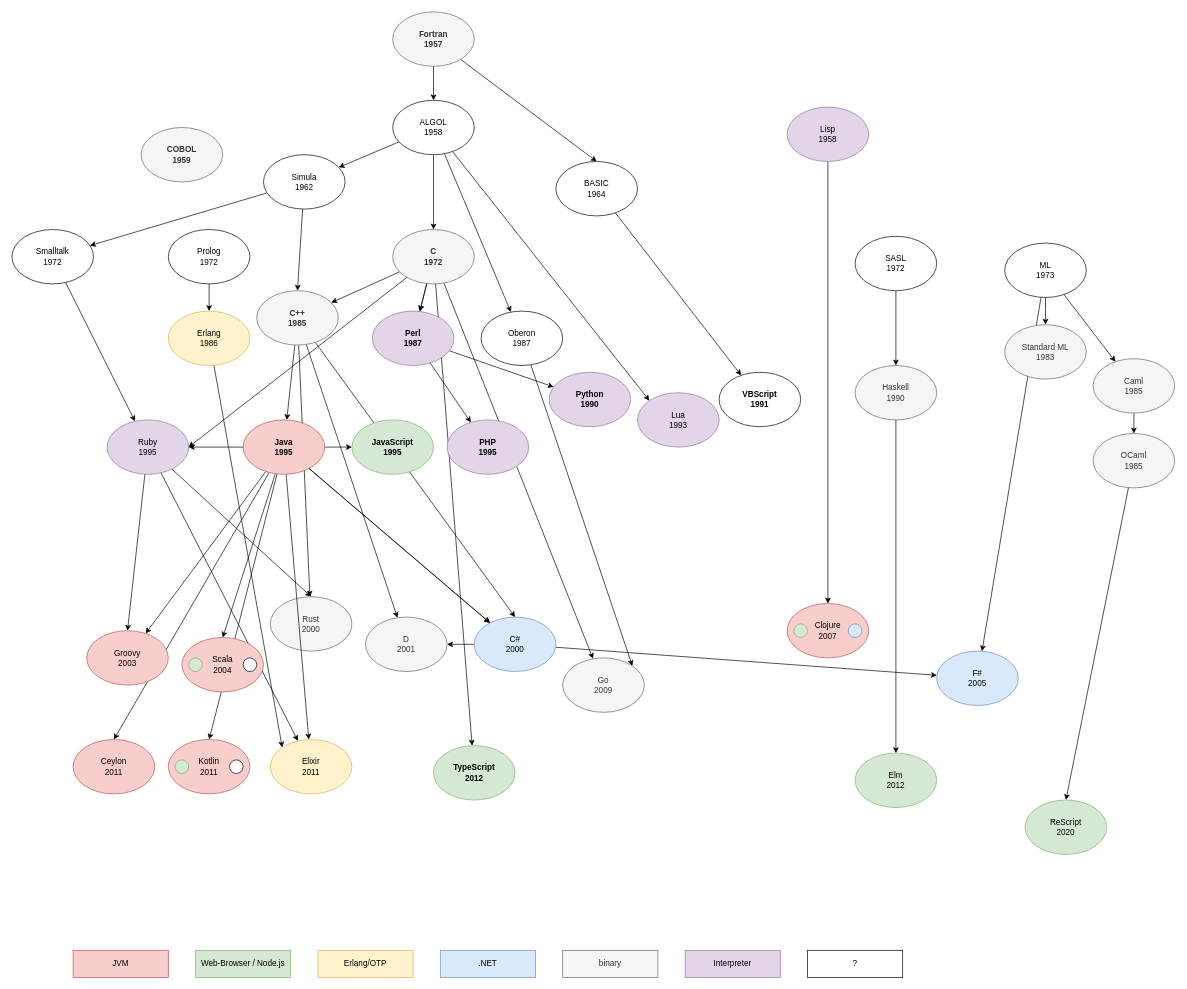
Above: lang-tree.drawio in trutvo/dev-ecosystems (draw.io), before the change. Source tidied: cells renumbered, new cells numbered last; positions are measured from the earlier drawing's top-left corner, leaving out a move shared by most shapes. Both pictures are drawn from the tidied source at 68%, with x=0, y=0 at pixel (12, 12).
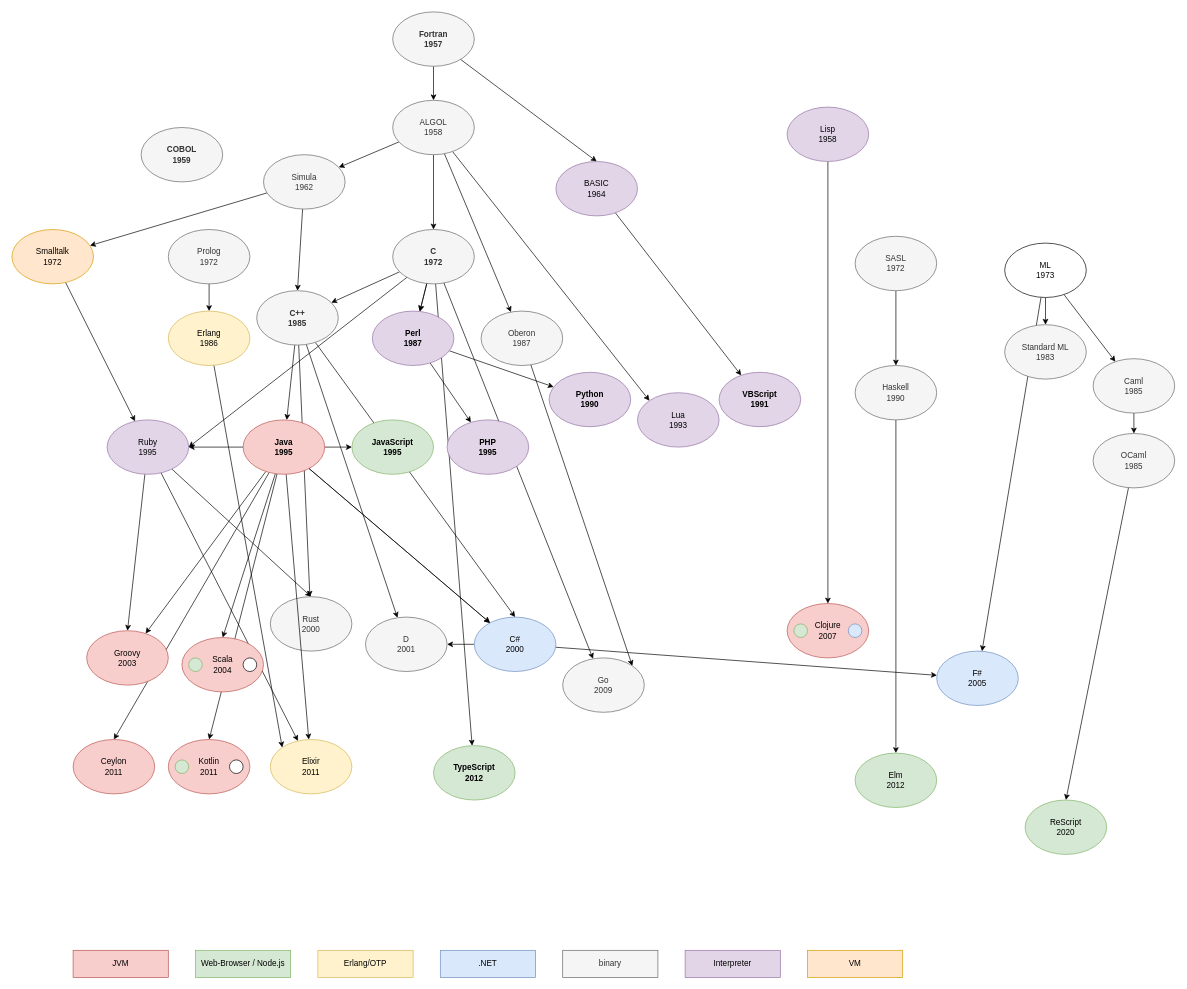
The same page after the edit.

The edit, as a diff of the source:
```diff
@@
-    <mxCell id="17" value="ALGOL&lt;br&gt;1958" style="ellipse;whiteSpace=wrap;html=1;" parent="1" vertex="1">
+    <mxCell id="17" value="ALGOL&lt;br&gt;1958" style="ellipse;whiteSpace=wrap;html=1;fillColor=#f5f5f5;fontColor=#333333;strokeColor=#666666;" parent="1" vertex="1">
       <mxGeometry x="560" y="130" width="120" height="80" as="geometry" />
     </mxCell>
@@
-    <mxCell id="19" value="Oberon&lt;br&gt;1987" style="ellipse;whiteSpace=wrap;html=1;" parent="1" vertex="1">
+    <mxCell id="19" value="Oberon&lt;br&gt;1987" style="ellipse;whiteSpace=wrap;html=1;fillColor=#f5f5f5;fontColor=#333333;strokeColor=#666666;" parent="1" vertex="1">
       <mxGeometry x="690" y="440" width="120" height="80" as="geometry" />
     </mxCell>
@@
-    <mxCell id="22" value="Simula&lt;br&gt;1962" style="ellipse;whiteSpace=wrap;html=1;" parent="1" vertex="1">
+    <mxCell id="22" value="Simula&lt;br&gt;1962" style="ellipse;whiteSpace=wrap;html=1;fillColor=#f5f5f5;fontColor=#333333;strokeColor=#666666;" parent="1" vertex="1">
       <mxGeometry x="370" y="210" width="120" height="80" as="geometry" />
     </mxCell>
@@
-    <mxCell id="24" value="Smalltalk&lt;br&gt;1972" style="ellipse;whiteSpace=wrap;html=1;" parent="1" vertex="1">
+    <mxCell id="24" value="Smalltalk&lt;br&gt;1972" style="ellipse;whiteSpace=wrap;html=1;fillColor=#ffe6cc;strokeColor=#d79b00;" parent="1" vertex="1">
       <mxGeometry y="320" width="120" height="80" as="geometry" />
     </mxCell>
@@
-    <mxCell id="60" value="Prolog&lt;br&gt;1972" style="ellipse;whiteSpace=wrap;html=1;" parent="1" vertex="1">
+    <mxCell id="60" value="Prolog&lt;br&gt;1972" style="ellipse;whiteSpace=wrap;html=1;fillColor=#f5f5f5;fontColor=#333333;strokeColor=#666666;" parent="1" vertex="1">
       <mxGeometry x="230" y="320" width="120" height="80" as="geometry" />
     </mxCell>
@@
-    <mxCell id="64" value="BASIC&lt;br&gt;1964" style="ellipse;whiteSpace=wrap;html=1;" parent="1" vertex="1">
+    <mxCell id="64" value="BASIC&lt;br&gt;1964" style="ellipse;whiteSpace=wrap;html=1;fillColor=#e1d5e7;strokeColor=#9673a6;" parent="1" vertex="1">
       <mxGeometry x="800" y="220" width="120" height="80" as="geometry" />
     </mxCell>
-    <mxCell id="65" value="VBScript&lt;br&gt;1991" style="ellipse;whiteSpace=wrap;html=1;fontStyle=1;" parent="1" vertex="1">
+    <mxCell id="65" value="VBScript&lt;br&gt;1991" style="ellipse;whiteSpace=wrap;html=1;fontStyle=1;fillColor=#e1d5e7;strokeColor=#9673a6;" parent="1" vertex="1">
       <mxGeometry x="1040" y="530" width="120" height="80" as="geometry" />
     </mxCell>
@@
-    <mxCell id="68" value="SASL&lt;br&gt;1972" style="ellipse;whiteSpace=wrap;html=1;" parent="1" vertex="1">
+    <mxCell id="68" value="SASL&lt;br&gt;1972" style="ellipse;whiteSpace=wrap;html=1;fillColor=#f5f5f5;fontColor=#333333;strokeColor=#666666;" parent="1" vertex="1">
       <mxGeometry x="1240" y="330" width="120" height="80" as="geometry" />
     </mxCell>
@@
-    <mxCell id="102" value="?" style="rounded=0;whiteSpace=wrap;html=1;" parent="1" vertex="1">
+    <mxCell id="102" value="VM" style="rounded=0;whiteSpace=wrap;html=1;fillColor=#ffe6cc;strokeColor=#d79b00;" parent="1" vertex="1">
       <mxGeometry x="1170" y="1380" width="140" height="40" as="geometry" />
     </mxCell>
```
